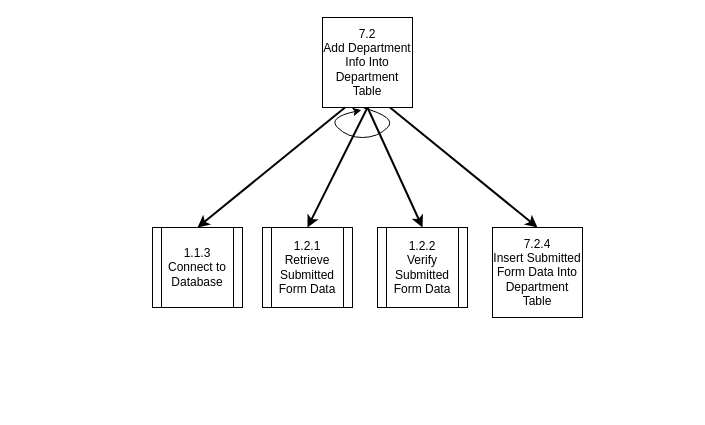
This is page "7.2: Add Dept Info to Dept Table" (2 of 2) of Diagrams/StructureCharts/Proc7CreateDept.drawio from Harlento/SchedulingSystem, a draw.io file, before an edit. Source tidied: cells renumbered, new cells numbered last; positions are measured from the earlier drawing's top-left corner, leaving out a move shared by most shapes. Both pictures are drawn from the tidied source at 100%, with x=0, y=0 at pixel (152, 17).
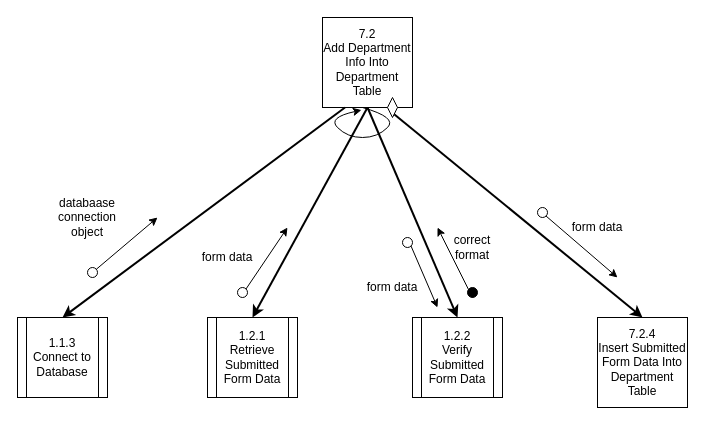
Above is the later version.

The change refers to these unchanged cells:
```xml
<mxCell id="2" value="7.2&lt;br&gt;Add Department Info Into Department Table" style="whiteSpace=wrap;html=1;" parent="1" vertex="1">
  <mxGeometry x="170" width="90" height="90" as="geometry" />
</mxCell>
```

Diff of the diagram source:
```diff
@@
     <mxCell id="4" value="&lt;span style=&quot;white-space: normal&quot;&gt;1.2.1&lt;br&gt;&lt;/span&gt;Retrieve Submitted Form Data" style="shape=process;whiteSpace=wrap;html=1;backgroundOutline=1;" parent="1" vertex="1">
-      <mxGeometry x="110" y="210" width="90" height="80" as="geometry" />
+      <mxGeometry x="55" y="300" width="90" height="80" as="geometry" />
     </mxCell>
     <mxCell id="5" value="&lt;span style=&quot;white-space: normal&quot;&gt;1.2.2&lt;br&gt;&lt;/span&gt;Verify Submitted Form Data" style="shape=process;whiteSpace=wrap;html=1;backgroundOutline=1;" parent="1" vertex="1">
-      <mxGeometry x="225" y="210" width="90" height="80" as="geometry" />
+      <mxGeometry x="260" y="300" width="90" height="80" as="geometry" />
     </mxCell>
@@
-    <mxCell id="7" style="endArrow=classic;html=1;strokeWidth=2;entryX=0.5;entryY=0;entryDx=0;entryDy=0;exitX=0.75;exitY=1;exitDx=0;exitDy=0;" parent="1" edge="1" source="2" target="8">
+    <mxCell id="7" style="endArrow=classic;html=1;strokeWidth=2;entryX=0.5;entryY=0;entryDx=0;entryDy=0;exitX=0.75;exitY=1;exitDx=0;exitDy=0;" parent="1" edge="1" source="27" target="8">
       <mxGeometry relative="1" as="geometry" />
     </mxCell>
     <mxCell id="8" value="7.2.4&lt;br&gt;Insert Submitted Form Data Into Department Table" style="whiteSpace=wrap;html=1;" parent="1" vertex="1">
-      <mxGeometry x="340" y="210" width="90" height="90" as="geometry" />
+      <mxGeometry x="445" y="300" width="90" height="90" as="geometry" />
     </mxCell>
@@
     <mxCell id="10" value="1.1.3&lt;br&gt;Connect to Database" style="shape=process;whiteSpace=wrap;html=1;backgroundOutline=1;" parent="1" vertex="1">
-      <mxGeometry y="210" width="90" height="80" as="geometry" />
+      <mxGeometry x="-135" y="300" width="90" height="80" as="geometry" />
     </mxCell>
@@
+    <mxCell id="12" style="endArrow=classic;html=1;" parent="1" edge="1" source="13">
+      <mxGeometry relative="1" as="geometry">
+        <mxPoint x="5" y="200" as="targetPoint" />
+      </mxGeometry>
+    </mxCell>
+    <mxCell id="13" style="ellipse;whiteSpace=wrap;html=1;fillColor=#FFFFFF;" parent="1" vertex="1">
+      <mxGeometry x="-65" y="250" width="10" height="10" as="geometry" />
+    </mxCell>
+    <mxCell id="14" value="databaase connection object" style="text;html=1;strokeColor=none;fillColor=none;align=center;verticalAlign=middle;whiteSpace=wrap;rounded=0;" parent="1" vertex="1">
+      <mxGeometry x="-95" y="190" width="60" height="20" as="geometry" />
+    </mxCell>
+    <mxCell id="15" style="endArrow=classic;html=1;exitX=1;exitY=1;exitDx=0;exitDy=0;" parent="1" edge="1" source="16">
+      <mxGeometry relative="1" as="geometry">
+        <mxPoint x="285" y="290" as="targetPoint" />
+      </mxGeometry>
+    </mxCell>
+    <mxCell id="16" style="ellipse;whiteSpace=wrap;html=1;fillColor=#FFFFFF;" parent="1" vertex="1">
+      <mxGeometry x="250" y="220" width="10" height="10" as="geometry" />
+    </mxCell>
+    <mxCell id="17" style="endArrow=classic;html=1;exitX=0.5;exitY=1;exitDx=0;exitDy=0;" parent="1" edge="1" source="18">
+      <mxGeometry relative="1" as="geometry">
+        <mxPoint x="285" y="210" as="targetPoint" />
+      </mxGeometry>
+    </mxCell>
+    <mxCell id="18" style="ellipse;whiteSpace=wrap;html=1;fillColor=#000000;" parent="1" vertex="1">
+      <mxGeometry x="315" y="270" width="10" height="10" as="geometry" />
+    </mxCell>
+    <mxCell id="19" value="form data" style="text;html=1;strokeColor=none;fillColor=none;align=center;verticalAlign=middle;whiteSpace=wrap;rounded=0;" parent="1" vertex="1">
+      <mxGeometry x="210" y="260" width="60" height="20" as="geometry" />
+    </mxCell>
+    <mxCell id="20" value="correct format" style="text;html=1;strokeColor=none;fillColor=none;align=center;verticalAlign=middle;whiteSpace=wrap;rounded=0;" parent="1" vertex="1">
+      <mxGeometry x="290" y="220" width="60" height="20" as="geometry" />
+    </mxCell>
+    <mxCell id="21" style="endArrow=classic;html=1;exitX=1;exitY=0;exitDx=0;exitDy=0;" parent="1" edge="1" source="22">
+      <mxGeometry relative="1" as="geometry">
+        <mxPoint x="135" y="210" as="targetPoint" />
+      </mxGeometry>
+    </mxCell>
+    <mxCell id="22" style="ellipse;whiteSpace=wrap;html=1;fillColor=#FFFFFF;" parent="1" vertex="1">
+      <mxGeometry x="85" y="270" width="10" height="10" as="geometry" />
+    </mxCell>
+    <mxCell id="23" value="form data" style="text;html=1;strokeColor=none;fillColor=none;align=center;verticalAlign=middle;whiteSpace=wrap;rounded=0;" parent="1" vertex="1">
+      <mxGeometry x="45" y="230" width="60" height="20" as="geometry" />
+    </mxCell>
+    <mxCell id="24" style="endArrow=classic;html=1;exitX=1;exitY=1;exitDx=0;exitDy=0;" parent="1" edge="1" source="25">
+      <mxGeometry relative="1" as="geometry">
+        <mxPoint x="465" y="260" as="targetPoint" />
+      </mxGeometry>
+    </mxCell>
+    <mxCell id="25" style="ellipse;whiteSpace=wrap;html=1;fillColor=#FFFFFF;" parent="1" vertex="1">
+      <mxGeometry x="385" y="190" width="10" height="10" as="geometry" />
+    </mxCell>
+    <mxCell id="26" value="form data" style="text;html=1;strokeColor=none;fillColor=none;align=center;verticalAlign=middle;whiteSpace=wrap;rounded=0;" parent="1" vertex="1">
+      <mxGeometry x="415" y="200" width="60" height="20" as="geometry" />
+    </mxCell>
+    <mxCell id="27" style="rhombus;whiteSpace=wrap;html=1;strokeColor=#000000;fillColor=#FFFFFF;" parent="1" vertex="1">
+      <mxGeometry x="235" y="80" width="10" height="20" as="geometry" />
+    </mxCell>
```
